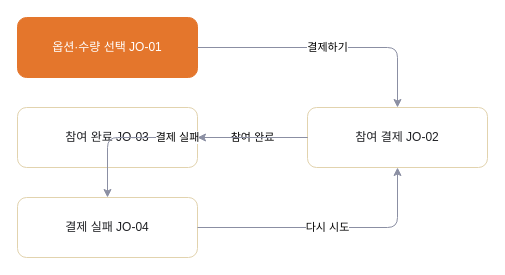
This is page "JO 참여·결제" (4 of 10) of 판매용_템플릿/_판매팩/공동구매_스탠다드/05_FLOW_흐름도.drawio from hyunplanb-cyber/ia-generation-platform, a draw.io file, before an edit. Source tidied: cells renumbered, new cells numbered last; positions are measured from the earlier drawing's top-left corner, leaving out a move shared by most shapes. Both pictures are drawn from the tidied source at 100%, with x=0, y=0 at pixel (17, 17).
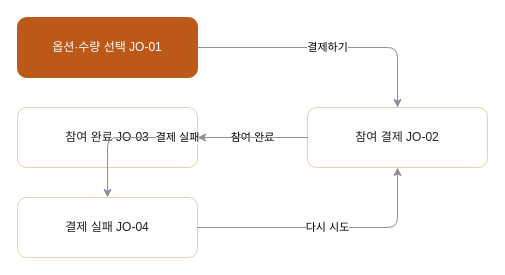
After the change.

What changed in the source:
```diff
@@
 <mxGraphModel>
   <root>
     <mxCell id="0" />
     <mxCell id="1" parent="0" />
-    <mxCell id="2" value="옵션·수량 선택 JO-01" style="rounded=1;whiteSpace=wrap;html=1;fillColor=#E4762C;strokeColor=#E4762C;fontColor=#FFFFFF;" parent="1" vertex="1">
+    <mxCell id="2" value="옵션·수량 선택 JO-01" style="rounded=1;whiteSpace=wrap;html=1;fillColor=#BC5918;strokeColor=#BC5918;fontColor=#FFFFFF;" parent="1" vertex="1">
       <mxGeometry width="180" height="60" as="geometry" />
     </mxCell>
     <mxCell id="3" value="참여 결제 JO-02" style="rounded=1;whiteSpace=wrap;html=1;fillColor=#FFFFFF;strokeColor=#E2D3AE;fontColor=#1F2024;" parent="1" vertex="1">
       <mxGeometry x="290" y="90" width="180" height="60" as="geometry" />
     </mxCell>
     <mxCell id="4" value="참여 완료 JO-03" style="rounded=1;whiteSpace=wrap;html=1;fillColor=#FFFFFF;strokeColor=#E2D3AE;fontColor=#1F2024;" parent="1" vertex="1">
       <mxGeometry y="90" width="180" height="60" as="geometry" />
     </mxCell>
     <mxCell id="5" value="결제 실패 JO-04" style="rounded=1;whiteSpace=wrap;html=1;fillColor=#FFFFFF;strokeColor=#E2D3AE;fontColor=#1F2024;" parent="1" vertex="1">
       <mxGeometry y="180" width="180" height="60" as="geometry" />
     </mxCell>
     <mxCell id="6" value="결제하기" style="edgeStyle=orthogonalEdgeStyle;rounded=1;html=1;strokeColor=#8B8FA3;" parent="1" edge="1" source="2" target="3">
       <mxGeometry relative="1" as="geometry" />
     </mxCell>
     <mxCell id="7" value="참여 완료" style="edgeStyle=orthogonalEdgeStyle;rounded=1;html=1;strokeColor=#8B8FA3;" parent="1" edge="1" source="3" target="4">
       <mxGeometry relative="1" as="geometry" />
     </mxCell>
     <mxCell id="8" value="결제 실패" style="edgeStyle=orthogonalEdgeStyle;rounded=1;html=1;strokeColor=#8B8FA3;" parent="1" edge="1" source="3" target="5">
       <mxGeometry relative="1" as="geometry" />
     </mxCell>
     <mxCell id="9" value="다시 시도" style="edgeStyle=orthogonalEdgeStyle;rounded=1;html=1;strokeColor=#8B8FA3;" parent="1" edge="1" source="5" target="3">
       <mxGeometry relative="1" as="geometry" />
     </mxCell>
   </root>
 </mxGraphModel>
```
